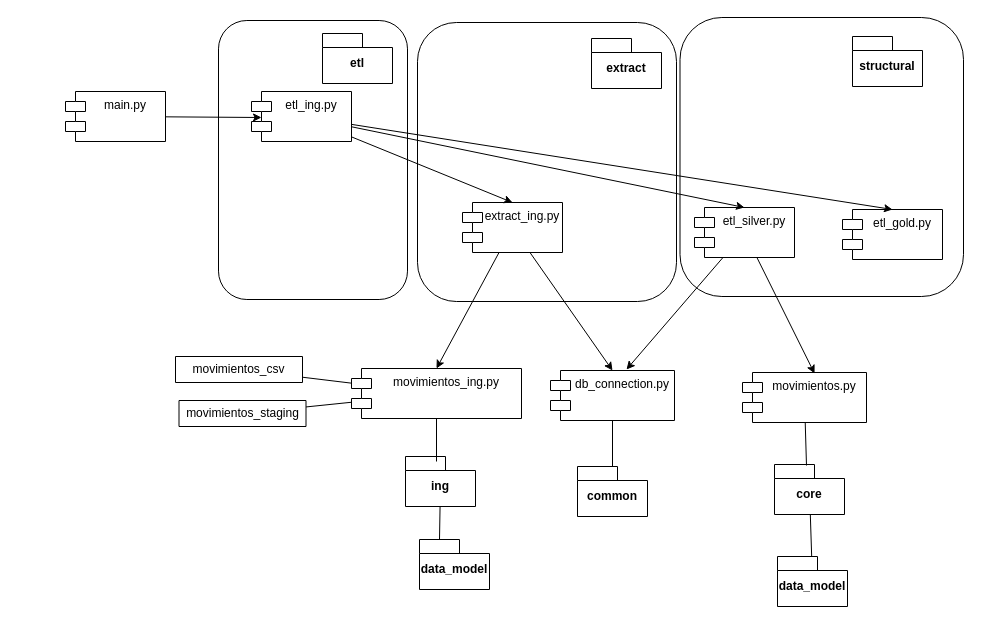
Above: page "Modulos" (4 of 5) of diagrams.dio in cperezh/DataEng_Patterns (draw.io), before the change. Source tidied: cells renumbered, new cells numbered last; positions are measured from the earlier drawing's top-left corner, leaving out a move shared by most shapes. Both pictures are drawn from the tidied source at 100%, with x=0, y=0 at pixel (65, 17).
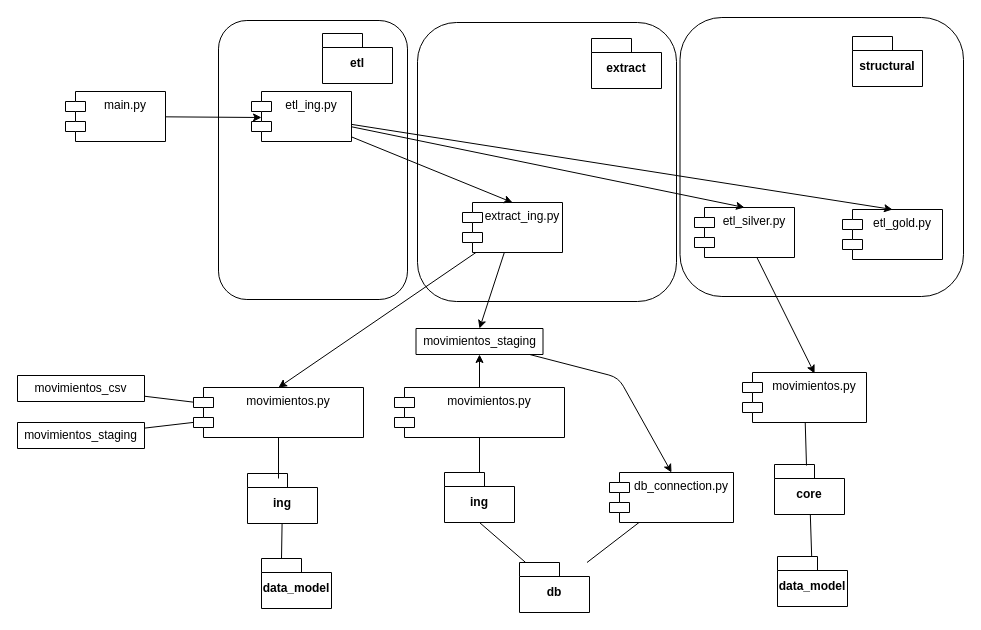
After the change.

The change refers to these unchanged cells:
```xml
<mxCell id="8" value="extract_ing.py" style="shape=module;align=center;spacingLeft=20;align=center;verticalAlign=top;whiteSpace=wrap;html=1;strokeColor=default;fontFamily=Helvetica;fontSize=12;fontColor=default;fillColor=default;" parent="1" vertex="1">
  <mxGeometry x="397" y="185" width="100" height="50" as="geometry" />
</mxCell>
<mxCell id="11" value="etl_silver.py" style="shape=module;align=left;spacingLeft=20;align=center;verticalAlign=top;whiteSpace=wrap;html=1;" parent="1" vertex="1">
  <mxGeometry x="629" y="190" width="100" height="50" as="geometry" />
</mxCell>
```

What changed in the source:
```diff
@@
-    <mxCell id="6" style="edgeStyle=none;html=1;entryX=0.5;entryY=0;entryDx=0;entryDy=0;" parent="1" edge="1" source="8" target="15">
-      <mxGeometry relative="1" as="geometry" />
-    </mxCell>
@@
+    <mxCell id="38" style="edgeStyle=none;html=1;entryX=0.5;entryY=0;entryDx=0;entryDy=0;" parent="1" edge="1" source="8" target="42">
+      <mxGeometry relative="1" as="geometry" />
+    </mxCell>
@@
-    <mxCell id="14" value="common" style="shape=folder;fontStyle=1;spacingTop=10;tabWidth=40;tabHeight=14;tabPosition=left;html=1;whiteSpace=wrap;" parent="1" vertex="1">
-      <mxGeometry x="512" y="449" width="70" height="50" as="geometry" />
+    <mxCell id="14" value="db" style="shape=folder;fontStyle=1;spacingTop=10;tabWidth=40;tabHeight=14;tabPosition=left;html=1;whiteSpace=wrap;" parent="1" vertex="1">
+      <mxGeometry x="454" y="545" width="70" height="50" as="geometry" />
     </mxCell>
     <mxCell id="15" value="db_connection.py" style="shape=module;align=left;spacingLeft=20;align=center;verticalAlign=top;whiteSpace=wrap;html=1;" parent="1" vertex="1">
-      <mxGeometry x="485" y="353" width="124" height="50" as="geometry" />
+      <mxGeometry x="544" y="455" width="124" height="50" as="geometry" />
     </mxCell>
-    <mxCell id="16" style="edgeStyle=none;html=1;entryX=0.613;entryY=-0.02;entryDx=0;entryDy=0;entryPerimeter=0;" parent="1" edge="1" source="11" target="15">
-      <mxGeometry relative="1" as="geometry" />
-    </mxCell>
@@
     <mxCell id="20" value="ing" style="shape=folder;fontStyle=1;spacingTop=10;tabWidth=40;tabHeight=14;tabPosition=left;html=1;whiteSpace=wrap;" parent="1" vertex="1">
-      <mxGeometry x="340" y="439" width="70" height="50" as="geometry" />
+      <mxGeometry x="182" y="456" width="70" height="50" as="geometry" />
     </mxCell>
@@
-    <mxCell id="23" value="movimientos_ing.py" style="shape=module;align=left;spacingLeft=20;align=center;verticalAlign=top;whiteSpace=wrap;html=1;" parent="1" vertex="1">
-      <mxGeometry x="286" y="351" width="170" height="50" as="geometry" />
+    <mxCell id="23" value="movimientos.py" style="shape=module;align=center;spacingLeft=20;align=center;verticalAlign=top;whiteSpace=wrap;html=1;strokeColor=default;fontFamily=Helvetica;fontSize=12;fontColor=default;fillColor=default;" parent="1" vertex="1">
+      <mxGeometry x="128" y="370" width="170" height="50" as="geometry" />
     </mxCell>
@@
     <mxCell id="33" value="data_model" style="shape=folder;fontStyle=1;spacingTop=10;tabWidth=40;tabHeight=14;tabPosition=left;html=1;whiteSpace=wrap;" parent="1" vertex="1">
-      <mxGeometry x="354" y="522" width="70" height="50" as="geometry" />
+      <mxGeometry x="196" y="541" width="70" height="50" as="geometry" />
     </mxCell>
     <mxCell id="34" value="movimientos_csv" style="swimlane;fontStyle=0;horizontal=1;startSize=26;fillColor=none;whiteSpace=wrap;html=1;" parent="1" vertex="1" collapsed="1">
-      <mxGeometry x="110" y="339" width="127" height="26" as="geometry" />
+      <mxGeometry x="-48" y="358" width="127" height="26" as="geometry" />
     </mxCell>
     <mxCell id="35" value="movimientos_staging" style="swimlane;fontStyle=0;horizontal=1;startSize=26;fillColor=none;whiteSpace=wrap;html=1;" parent="1" vertex="1" collapsed="1">
-      <mxGeometry x="113.5" y="383" width="127" height="26" as="geometry" />
+      <mxGeometry x="-48" y="405" width="127" height="26" as="geometry" />
     </mxCell>
@@
+    <mxCell id="39" style="edgeStyle=none;html=1;endArrow=none;endFill=0;" parent="1" edge="1" source="40" target="43">
+      <mxGeometry relative="1" as="geometry" />
+    </mxCell>
+    <mxCell id="40" value="ing" style="shape=folder;fontStyle=1;spacingTop=10;tabWidth=40;tabHeight=14;tabPosition=left;html=1;whiteSpace=wrap;" parent="1" vertex="1">
+      <mxGeometry x="379" y="455" width="70" height="50" as="geometry" />
+    </mxCell>
+    <mxCell id="41" style="edgeStyle=none;html=1;entryX=0.5;entryY=0;entryDx=0;entryDy=0;" parent="1" edge="1" source="42" target="15">
+      <mxGeometry relative="1" as="geometry">
+        <Array as="points">
+          <mxPoint x="553" y="360" />
+        </Array>
+      </mxGeometry>
+    </mxCell>
+    <mxCell id="42" value="movimientos_staging" style="swimlane;fontStyle=0;horizontal=1;startSize=26;fillColor=none;whiteSpace=wrap;html=1;" parent="1" vertex="1" collapsed="1">
+      <mxGeometry x="350.5" y="311" width="127" height="26" as="geometry" />
+    </mxCell>
+    <mxCell id="43" value="movimientos.py" style="shape=module;align=center;spacingLeft=20;align=center;verticalAlign=top;whiteSpace=wrap;html=1;strokeColor=default;fontFamily=Helvetica;fontSize=12;fontColor=default;fillColor=default;" parent="1" vertex="1">
+      <mxGeometry x="329" y="370" width="170" height="50" as="geometry" />
+    </mxCell>
+    <mxCell id="44" style="edgeStyle=none;html=1;entryX=0.5;entryY=1;entryDx=0;entryDy=0;entryPerimeter=0;endArrow=none;endFill=0;" parent="1" edge="1" source="14" target="40">
+      <mxGeometry relative="1" as="geometry" />
+    </mxCell>
+    <mxCell id="45" style="edgeStyle=none;html=1;entryX=0.5;entryY=1;entryDx=0;entryDy=0;" parent="1" edge="1" source="43" target="42">
+      <mxGeometry relative="1" as="geometry" />
+    </mxCell>
```
